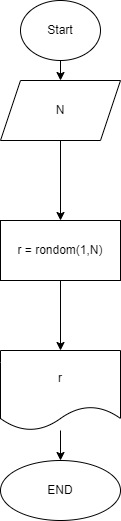
AnatoliiMishchenko/Schemes keeps this draw.io diagram as ex000.drawio.png. Above is the earlier version. Source tidied: cells renumbered, new cells last; positions are measured from the earlier drawing's top-left corner, leaving out a move shared by most shapes. The source it was exported from:
```xml
<mxGraphModel>
  <root>
    <mxCell id="0" />
    <mxCell id="1" parent="0" />
    <mxCell id="2" style="edgeStyle=none;html=1;" parent="1" edge="1" source="3" target="5">
      <mxGeometry relative="1" as="geometry" />
    </mxCell>
    <mxCell id="3" value="Start" style="ellipse;whiteSpace=wrap;html=1;" parent="1" vertex="1">
      <mxGeometry x="20" width="80" height="60" as="geometry" />
    </mxCell>
    <mxCell id="4" style="edgeStyle=none;html=1;" parent="1" edge="1" source="5" target="7">
      <mxGeometry relative="1" as="geometry" />
    </mxCell>
    <mxCell id="5" value="N" style="shape=parallelogram;perimeter=parallelogramPerimeter;whiteSpace=wrap;html=1;fixedSize=1;" parent="1" vertex="1">
      <mxGeometry y="80" width="120" height="60" as="geometry" />
    </mxCell>
    <mxCell id="6" style="edgeStyle=none;html=1;" parent="1" edge="1" source="7" target="9">
      <mxGeometry relative="1" as="geometry" />
    </mxCell>
    <mxCell id="7" value="r = rondom(1,N)" style="whiteSpace=wrap;html=1;" parent="1" vertex="1">
      <mxGeometry y="220" width="120" height="60" as="geometry" />
    </mxCell>
    <mxCell id="8" style="edgeStyle=none;html=1;" parent="1" edge="1" source="9" target="10">
      <mxGeometry relative="1" as="geometry" />
    </mxCell>
    <mxCell id="9" value="r" style="shape=document;whiteSpace=wrap;html=1;boundedLbl=1;" parent="1" vertex="1">
      <mxGeometry y="350" width="120" height="80" as="geometry" />
    </mxCell>
    <mxCell id="10" value="END" style="ellipse;whiteSpace=wrap;html=1;" parent="1" vertex="1">
      <mxGeometry y="460" width="120" height="60" as="geometry" />
    </mxCell>
  </root>
</mxGraphModel>
```
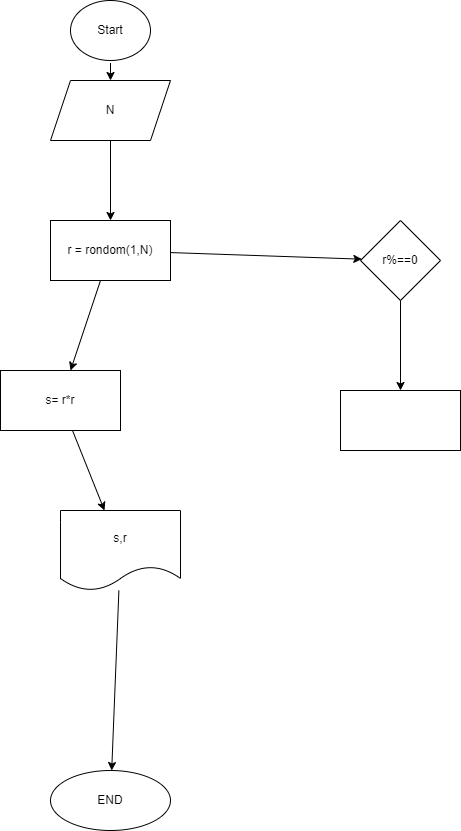
The same file after the commit.

The edit, as a diff of the source:
```diff
@@ -14,20 +14,38 @@
     <mxCell id="5" value="N" style="shape=parallelogram;perimeter=parallelogramPerimeter;whiteSpace=wrap;html=1;fixedSize=1;" parent="1" vertex="1">
       <mxGeometry y="80" width="120" height="60" as="geometry" />
     </mxCell>
-    <mxCell id="6" style="edgeStyle=none;html=1;" parent="1" edge="1" source="7" target="9">
-      <mxGeometry relative="1" as="geometry" />
-    </mxCell>
+    <mxCell id="11" style="edgeStyle=none;html=1;" parent="1" edge="1" source="7" target="14">
+      <mxGeometry relative="1" as="geometry" />
+    </mxCell>
+    <mxCell id="12" style="edgeStyle=none;html=1;" parent="1" edge="1" source="7" target="18">
+      <mxGeometry relative="1" as="geometry" />
+    </mxCell>
-    <mxCell id="7" value="r = rondom(1,N)" style="whiteSpace=wrap;html=1;" parent="1" vertex="1">
+    <mxCell id="7" value="r = rondom(1,N)&lt;br&gt;" style="whiteSpace=wrap;html=1;" parent="1" vertex="1">
       <mxGeometry y="220" width="120" height="60" as="geometry" />
     </mxCell>
-    <mxCell id="8" style="edgeStyle=none;html=1;" parent="1" edge="1" source="9" target="10">
-      <mxGeometry relative="1" as="geometry" />
-    </mxCell>
-    <mxCell id="9" value="r" style="shape=document;whiteSpace=wrap;html=1;boundedLbl=1;" parent="1" vertex="1">
-      <mxGeometry y="350" width="120" height="80" as="geometry" />
-    </mxCell>
     <mxCell id="10" value="END" style="ellipse;whiteSpace=wrap;html=1;" parent="1" vertex="1">
-      <mxGeometry y="460" width="120" height="60" as="geometry" />
+      <mxGeometry y="770" width="120" height="60" as="geometry" />
     </mxCell>
+    <mxCell id="13" style="edgeStyle=none;html=1;" parent="1" edge="1" source="14" target="16">
+      <mxGeometry relative="1" as="geometry" />
+    </mxCell>
+    <mxCell id="14" value="s= r*r" style="whiteSpace=wrap;html=1;" parent="1" vertex="1">
+      <mxGeometry x="-50" y="370" width="120" height="60" as="geometry" />
+    </mxCell>
+    <mxCell id="15" style="edgeStyle=none;html=1;" parent="1" edge="1" source="16" target="10">
+      <mxGeometry relative="1" as="geometry" />
+    </mxCell>
+    <mxCell id="16" value="s,r" style="shape=document;whiteSpace=wrap;html=1;boundedLbl=1;" parent="1" vertex="1">
+      <mxGeometry x="10" y="510" width="120" height="80" as="geometry" />
+    </mxCell>
+    <mxCell id="17" style="edgeStyle=none;html=1;" parent="1" edge="1" source="18" target="19">
+      <mxGeometry relative="1" as="geometry" />
+    </mxCell>
+    <mxCell id="18" value="r%==0" style="rhombus;whiteSpace=wrap;html=1;" parent="1" vertex="1">
+      <mxGeometry x="310" y="220" width="80" height="80" as="geometry" />
+    </mxCell>
+    <mxCell id="19" style="whiteSpace=wrap;html=1;" parent="1" vertex="1">
+      <mxGeometry x="290" y="390" width="120" height="60" as="geometry" />
+    </mxCell>
   </root>
 </mxGraphModel>
```
